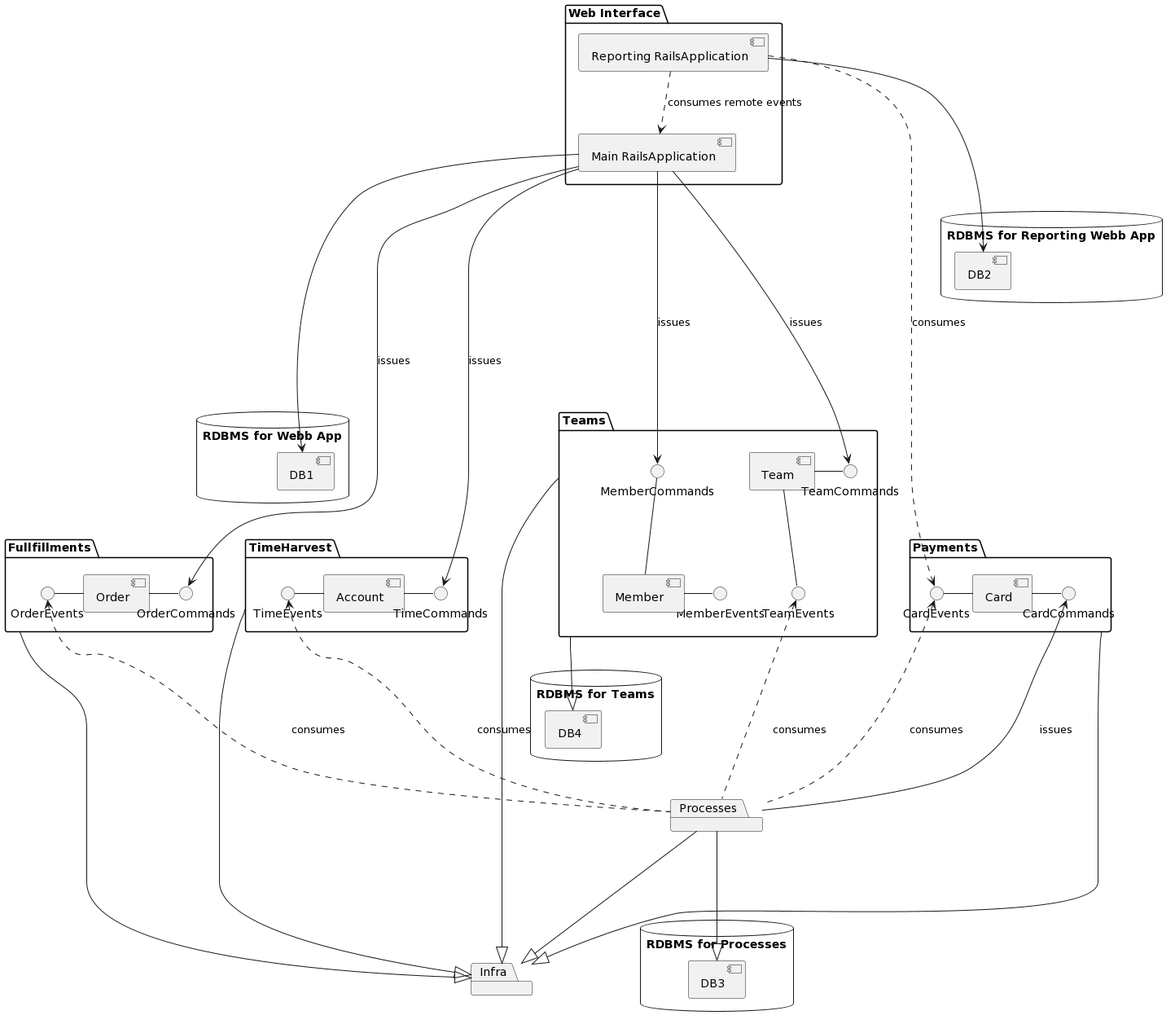
orbanbotond/DDD_FamilyMerit keeps this PlantUML diagram as diagrams/architecture.png. Above is the earlier version.
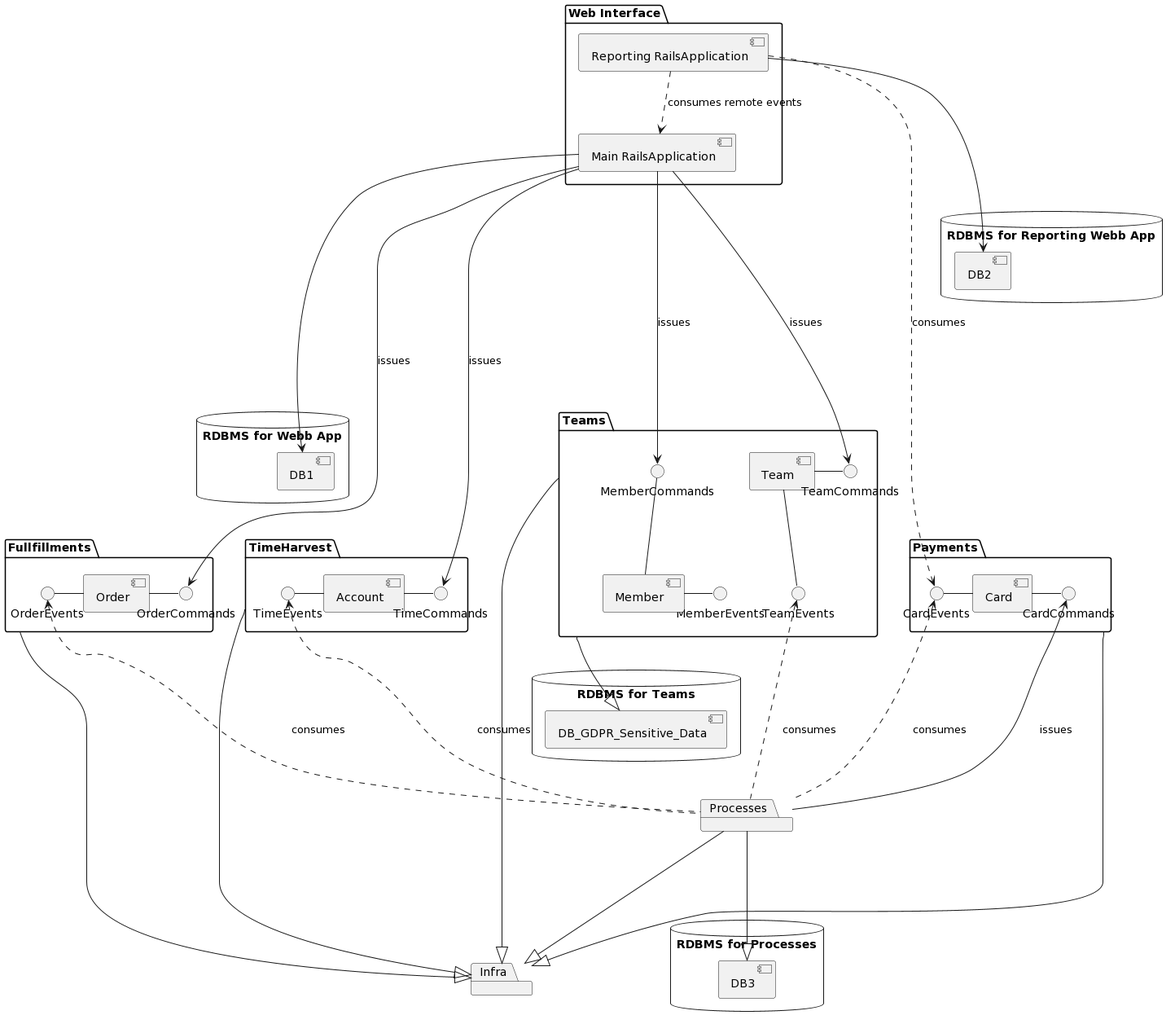
Later version of the same file.

Commit message:
Rename db to reflect GDPR sensitive data

Change to the diagram source:
```diff
@@ -21,7 +21,7 @@
 }
 
 database "RDBMS for Teams" {
-	[DB4]
+	[DB_GDPR_Sensitive_Data]
 }
 
 package "Payments" {
@@ -54,7 +54,7 @@
 Processes ---|> Infra
 Processes ---|> DB3
 Teams ---|> Infra
-Teams ---|> DB4
+Teams ---|> DB_GDPR_Sensitive_Data
 TimeHarvest ---|> Infra
 
 "Main RailsApplication" ----> TimeCommands : issues
```
